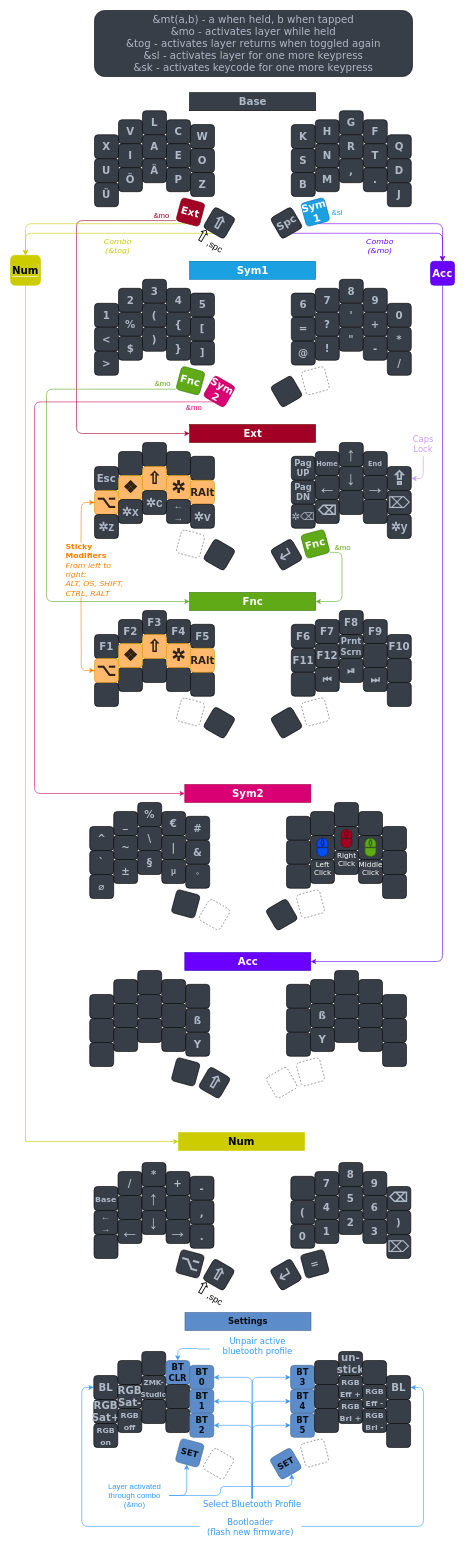
Above: Layout/Sweepd_Neo2.drawio in hoyohayo/zmk-config (draw.io), before the change. Source tidied: cells renumbered, new cells numbered last; positions are measured from the earlier drawing's top-left corner, leaving out a move shared by most shapes. Both pictures are drawn from the tidied source at 60%, with x=0, y=0 at pixel (10, 10).
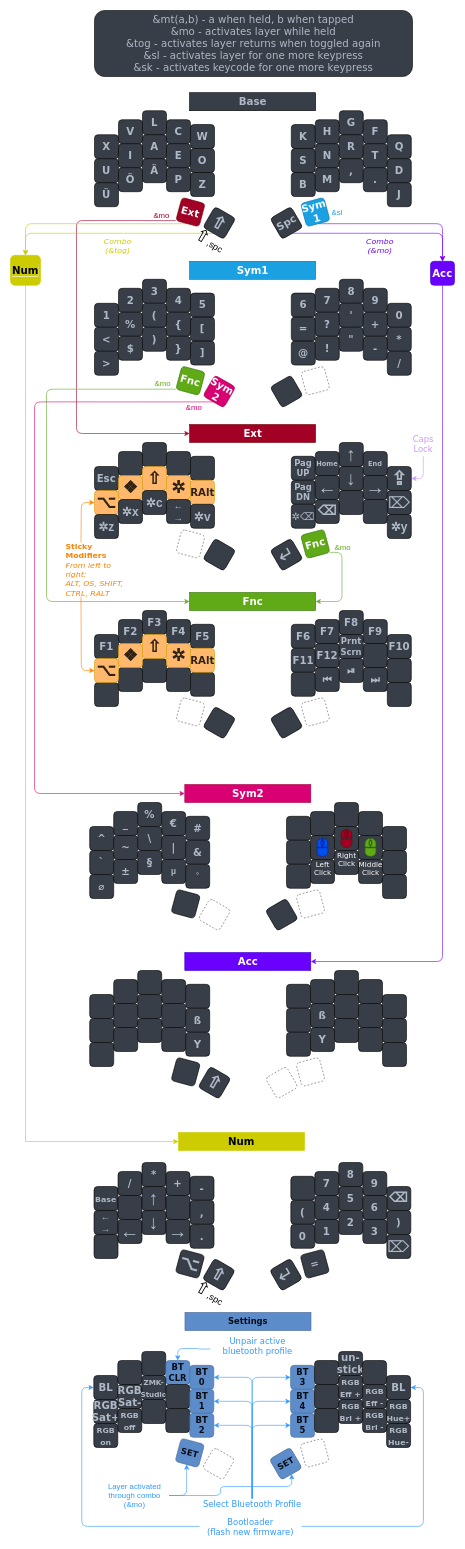
The same diagram, later.

What changed in the source:
```diff
@@
-    <mxCell id="310" style="whiteSpace=wrap;html=1;fontSize=17;fontFamily=Verdana;fontStyle=1;fontColor=#AFB9C7;fillColor=#383E47;rounded=1;" parent="1" vertex="1">
+    <mxCell id="310" value="&lt;span style=&quot;color: rgb(175, 185, 199); font-size: 13px;&quot;&gt;RGB Hue+&lt;/span&gt;" style="whiteSpace=wrap;html=1;fontSize=17;fontFamily=Verdana;fontStyle=1;fontColor=#AFB9C7;fillColor=#383E47;rounded=1;" parent="1" vertex="1">
       <mxGeometry x="626.8" y="2315" width="40" height="40" as="geometry" />
     </mxCell>
@@
-    <mxCell id="315" style="whiteSpace=wrap;html=1;fontSize=17;fontFamily=Verdana;fontStyle=1;fontColor=#AFB9C7;fillColor=#383E47;rounded=1;" parent="1" vertex="1">
+    <mxCell id="315" value="&lt;span style=&quot;color: rgb(175, 185, 199); font-size: 13px;&quot;&gt;RGB Hue-&lt;/span&gt;" style="whiteSpace=wrap;html=1;fontSize=17;fontFamily=Verdana;fontStyle=1;fontColor=#AFB9C7;fillColor=#383E47;rounded=1;" parent="1" vertex="1">
       <mxGeometry x="626.8" y="2355" width="40" height="40" as="geometry" />
     </mxCell>
```
